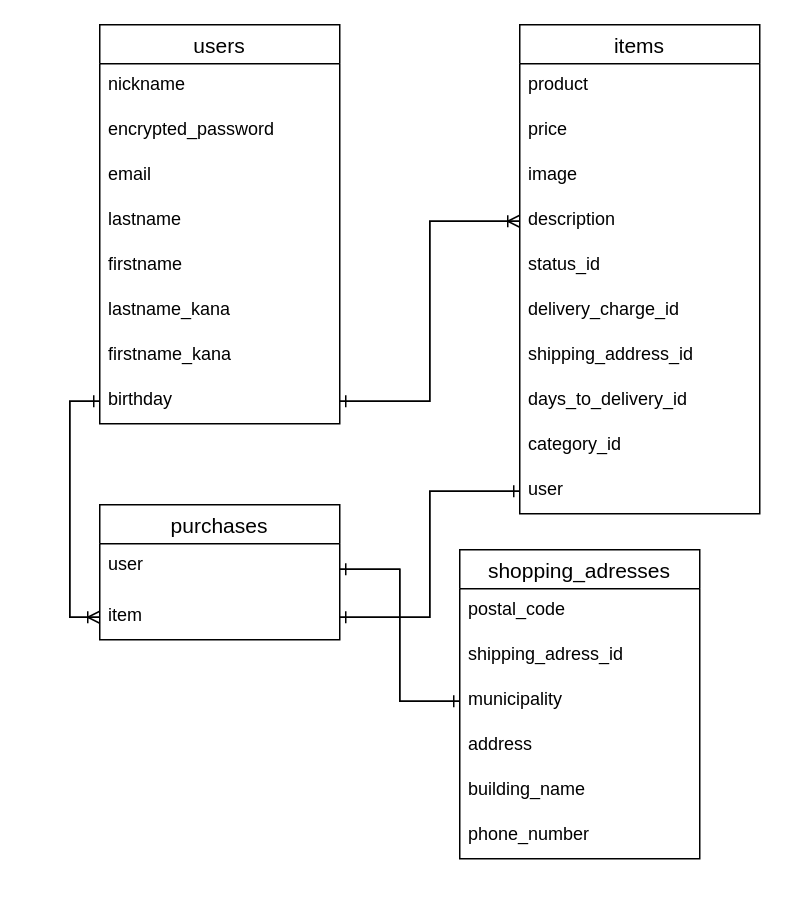
The draw.io diagram furima.dio in shiori0221/furima-35917, before the edit. Source tidied: cells renumbered, new cells numbered last; positions are measured from the earlier drawing's top-left corner, leaving out a move shared by most shapes. Both pictures are drawn from the tidied source at 150%, with x=0, y=0 at pixel (99, 24).
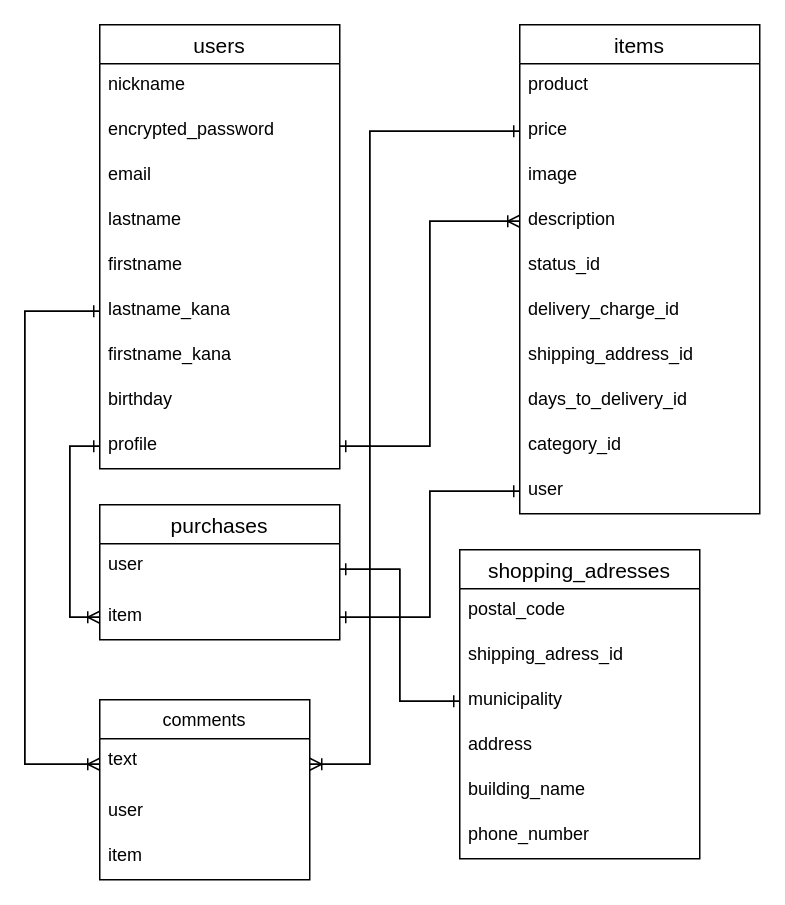
The same diagram, later.

Commit message (it also covers changes not shown here):
追加実装によるDB設計修正

Unchanged cells that the change refers to:
```xml
<mxCell id="8" value="lastname_kana" style="text;strokeColor=none;fillColor=none;spacingLeft=4;spacingRight=4;overflow=hidden;points=[[0,0.5],[1,0.5]];portConstraint=eastwest;fontSize=12;" parent="2" vertex="1">
  <mxGeometry y="176" width="160" height="30" as="geometry" />
</mxCell>
<mxCell id="13" value="price" style="text;strokeColor=none;fillColor=none;spacingLeft=4;spacingRight=4;overflow=hidden;points=[[0,0.5],[1,0.5]];portConstraint=eastwest;fontSize=12;" parent="11" vertex="1">
  <mxGeometry y="56" width="160" height="30" as="geometry" />
</mxCell>
<mxCell id="24" value="item" style="text;strokeColor=none;fillColor=none;spacingLeft=4;spacingRight=4;overflow=hidden;points=[[0,0.5],[1,0.5]];portConstraint=eastwest;fontSize=12;" parent="22" vertex="1">
  <mxGeometry y="60" width="160" height="30" as="geometry" />
</mxCell>
```

Diff of the diagram source:
```diff
@@
     <mxCell id="2" value="users" style="swimlane;fontStyle=0;horizontal=1;startSize=26;align=center;fontSize=14;" parent="1" vertex="1">
-      <mxGeometry width="160" height="266" as="geometry" />
+      <mxGeometry width="160" height="296" as="geometry" />
     </mxCell>
@@
+    <mxCell id="40" value="birthday" style="text;strokeColor=none;fillColor=none;spacingLeft=4;spacingRight=4;overflow=hidden;fontSize=12;" parent="2" vertex="1">
+      <mxGeometry y="236" width="160" height="30" as="geometry" />
+    </mxCell>
-    <mxCell id="10" value="birthday" style="text;strokeColor=none;fillColor=none;spacingLeft=4;spacingRight=4;overflow=hidden;points=[[0,0.5],[1,0.5]];portConstraint=eastwest;fontSize=12;" parent="2" vertex="1">
-      <mxGeometry y="236" width="160" height="30" as="geometry" />
+    <mxCell id="10" value="profile&#10;" style="text;strokeColor=none;fillColor=none;spacingLeft=4;spacingRight=4;overflow=hidden;points=[[0,0.5],[1,0.5]];portConstraint=eastwest;fontSize=12;" parent="2" vertex="1">
+      <mxGeometry y="266" width="160" height="30" as="geometry" />
     </mxCell>
@@
     <mxCell id="37" style="edgeStyle=orthogonalEdgeStyle;rounded=0;jettySize=auto;html=1;exitX=0;exitY=0.5;exitDx=0;exitDy=0;entryX=0;entryY=0.5;entryDx=0;entryDy=0;endArrow=ERone;endFill=0;" parent="1" edge="1" source="24" target="10">
-      <mxGeometry relative="1" as="geometry" />
+      <mxGeometry relative="1" as="geometry">
+        <Array as="points">
+          <mxPoint x="-20" y="395" />
+          <mxPoint x="-20" y="281" />
+        </Array>
+      </mxGeometry>
     </mxCell>
@@
+    <mxCell id="41" value="comments" style="swimlane;fontStyle=0;horizontal=1;startSize=26;" parent="1" vertex="1">
+      <mxGeometry y="450" width="140" height="120" as="geometry" />
+    </mxCell>
+    <mxCell id="42" value="text" style="text;strokeColor=none;fillColor=none;align=left;verticalAlign=top;spacingLeft=4;spacingRight=4;overflow=hidden;points=[[0,0.5],[1,0.5]];portConstraint=eastwest;" parent="41" vertex="1">
+      <mxGeometry y="26" width="140" height="34" as="geometry" />
+    </mxCell>
+    <mxCell id="43" value="user" style="text;strokeColor=none;fillColor=none;align=left;verticalAlign=top;spacingLeft=4;spacingRight=4;overflow=hidden;" parent="41" vertex="1">
+      <mxGeometry y="60" width="140" height="30" as="geometry" />
+    </mxCell>
+    <mxCell id="44" value="item" style="text;strokeColor=none;fillColor=none;align=left;verticalAlign=top;spacingLeft=4;spacingRight=4;overflow=hidden;" parent="41" vertex="1">
+      <mxGeometry y="90" width="140" height="30" as="geometry" />
+    </mxCell>
+    <mxCell id="45" style="edgeStyle=orthogonalEdgeStyle;rounded=0;jettySize=auto;html=1;exitX=0;exitY=0.5;exitDx=0;exitDy=0;entryX=0;entryY=0.5;entryDx=0;entryDy=0;endArrow=ERone;endFill=0;" parent="1" edge="1" source="42" target="8">
+      <mxGeometry relative="1" as="geometry">
+        <Array as="points">
+          <mxPoint x="-50" y="493" />
+          <mxPoint x="-50" y="191" />
+        </Array>
+      </mxGeometry>
+    </mxCell>
+    <mxCell id="46" style="edgeStyle=orthogonalEdgeStyle;rounded=0;jettySize=auto;html=1;exitX=0;exitY=0.5;exitDx=0;exitDy=0;entryX=0;entryY=0.5;entryDx=0;entryDy=0;endArrow=ERoneToMany;endFill=0;" parent="1" edge="1" source="8" target="42">
+      <mxGeometry relative="1" as="geometry">
+        <Array as="points">
+          <mxPoint x="-50" y="191" />
+          <mxPoint x="-50" y="493" />
+        </Array>
+      </mxGeometry>
+    </mxCell>
+    <mxCell id="47" style="edgeStyle=orthogonalEdgeStyle;rounded=0;jettySize=auto;html=1;exitX=1;exitY=0.5;exitDx=0;exitDy=0;entryX=0;entryY=0.5;entryDx=0;entryDy=0;endArrow=ERone;endFill=0;" parent="1" edge="1" source="42" target="13">
+      <mxGeometry relative="1" as="geometry">
+        <Array as="points">
+          <mxPoint x="180" y="493" />
+          <mxPoint x="180" y="71" />
+        </Array>
+      </mxGeometry>
+    </mxCell>
+    <mxCell id="48" style="edgeStyle=orthogonalEdgeStyle;rounded=0;jettySize=auto;html=1;exitX=0;exitY=0.5;exitDx=0;exitDy=0;entryX=1;entryY=0.5;entryDx=0;entryDy=0;endArrow=ERoneToMany;endFill=0;" parent="1" edge="1" source="13" target="42">
+      <mxGeometry relative="1" as="geometry">
+        <Array as="points">
+          <mxPoint x="180" y="71" />
+          <mxPoint x="180" y="493" />
+        </Array>
+      </mxGeometry>
+    </mxCell>
```
